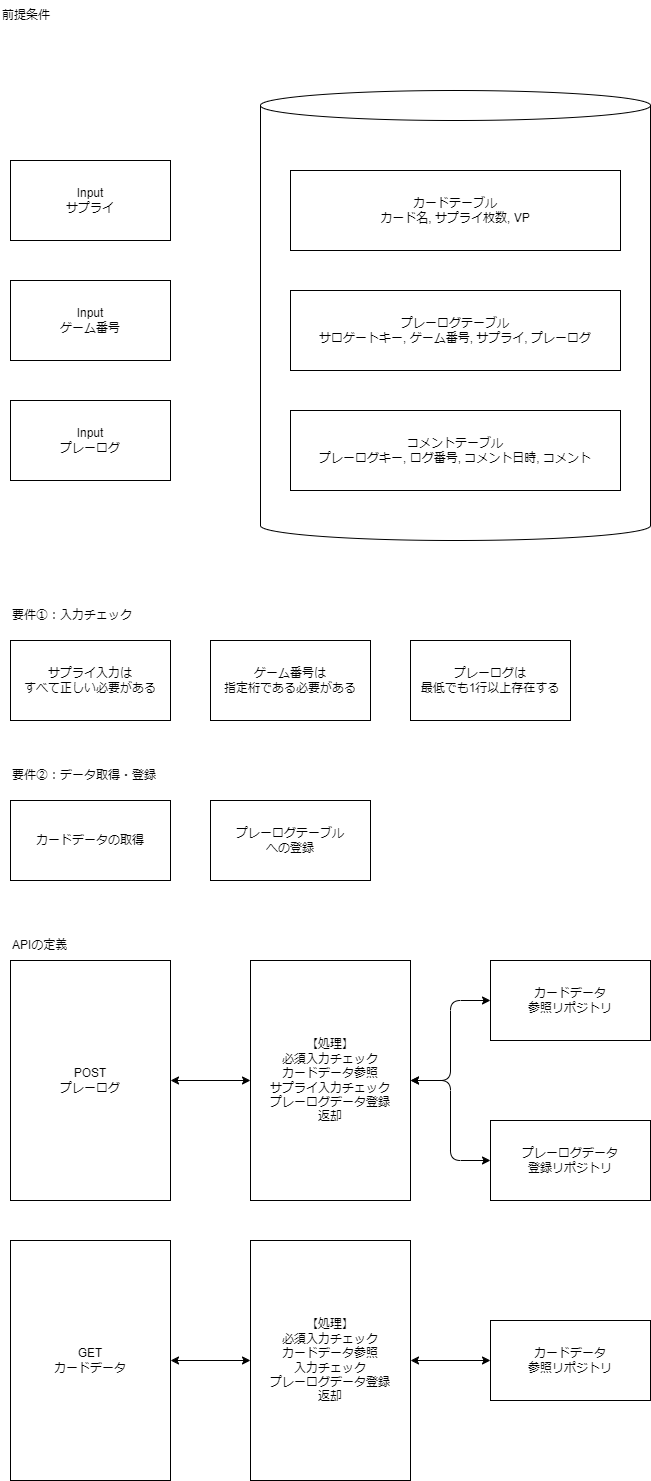
This is doc/サーバ設計書/APIコンセプト設計.drawio.png from ketman55/DominionKifu, a draw.io export, as it was before one commit. Source tidied: cells renumbered, new cells last; positions are measured from the earlier drawing's top-left corner, leaving out a move shared by most shapes. The source it was exported from:
```xml
<mxGraphModel>
  <root>
    <mxCell id="0" />
    <mxCell id="1" parent="0" />
    <mxCell id="2" style="shape=cylinder3;whiteSpace=wrap;html=1;boundedLbl=1;backgroundOutline=1;size=15;" parent="1" vertex="1">
      <mxGeometry x="260" y="90" width="390" height="450" as="geometry" />
    </mxCell>
    <mxCell id="3" value="カードテーブル&lt;br&gt;カード名, サプライ枚数, VP" style="rounded=0;whiteSpace=wrap;html=1;" parent="1" vertex="1">
      <mxGeometry x="290" y="170" width="330" height="80" as="geometry" />
    </mxCell>
    <mxCell id="4" value="プレーログテーブル&lt;br&gt;サロゲートキー, ゲーム番号, サプライ, プレーログ" style="rounded=0;whiteSpace=wrap;html=1;" parent="1" vertex="1">
      <mxGeometry x="290" y="290" width="330" height="80" as="geometry" />
    </mxCell>
    <mxCell id="5" value="コメントテーブル&lt;br&gt;プレーログキー, ログ番号, コメント日時, コメント" style="rounded=0;whiteSpace=wrap;html=1;" parent="1" vertex="1">
      <mxGeometry x="290" y="410" width="330" height="80" as="geometry" />
    </mxCell>
    <mxCell id="6" value="Input&lt;br&gt;サプライ" style="rounded=0;whiteSpace=wrap;html=1;" parent="1" vertex="1">
      <mxGeometry x="10" y="160" width="160" height="80" as="geometry" />
    </mxCell>
    <mxCell id="7" value="Input&lt;br&gt;ゲーム番号" style="rounded=0;whiteSpace=wrap;html=1;" parent="1" vertex="1">
      <mxGeometry x="10" y="280" width="160" height="80" as="geometry" />
    </mxCell>
    <mxCell id="8" value="Input&lt;br&gt;プレーログ" style="rounded=0;whiteSpace=wrap;html=1;" parent="1" vertex="1">
      <mxGeometry x="10" y="400" width="160" height="80" as="geometry" />
    </mxCell>
    <mxCell id="9" value="サプライ入力は&lt;br&gt;すべて正しい必要がある" style="rounded=0;whiteSpace=wrap;html=1;" parent="1" vertex="1">
      <mxGeometry x="10" y="640" width="160" height="80" as="geometry" />
    </mxCell>
    <mxCell id="10" value="ゲーム番号は&lt;br&gt;指定桁である必要がある" style="rounded=0;whiteSpace=wrap;html=1;" parent="1" vertex="1">
      <mxGeometry x="210" y="640" width="160" height="80" as="geometry" />
    </mxCell>
    <mxCell id="11" value="プレーログは&lt;br&gt;最低でも1行以上存在する" style="rounded=0;whiteSpace=wrap;html=1;" parent="1" vertex="1">
      <mxGeometry x="410" y="640" width="160" height="80" as="geometry" />
    </mxCell>
    <mxCell id="12" value="前提条件" style="text;html=1;strokeColor=none;fillColor=none;align=left;verticalAlign=middle;whiteSpace=wrap;rounded=0;" parent="1" vertex="1">
      <mxGeometry width="80" height="30" as="geometry" />
    </mxCell>
    <mxCell id="13" value="要件①：入力チェック" style="text;html=1;strokeColor=none;fillColor=none;align=left;verticalAlign=middle;whiteSpace=wrap;rounded=0;" parent="1" vertex="1">
      <mxGeometry x="10" y="600" width="200" height="30" as="geometry" />
    </mxCell>
    <mxCell id="14" value="要件②：データ取得・登録" style="text;html=1;strokeColor=none;fillColor=none;align=left;verticalAlign=middle;whiteSpace=wrap;rounded=0;" parent="1" vertex="1">
      <mxGeometry x="10" y="760" width="200" height="30" as="geometry" />
    </mxCell>
    <mxCell id="15" value="カードデータの取得" style="rounded=0;whiteSpace=wrap;html=1;" parent="1" vertex="1">
      <mxGeometry x="10" y="800" width="160" height="80" as="geometry" />
    </mxCell>
    <mxCell id="16" value="プレーログテーブル&lt;br&gt;への登録" style="rounded=0;whiteSpace=wrap;html=1;" parent="1" vertex="1">
      <mxGeometry x="210" y="800" width="160" height="80" as="geometry" />
    </mxCell>
    <mxCell id="17" value="APIの定義" style="text;html=1;strokeColor=none;fillColor=none;align=left;verticalAlign=middle;whiteSpace=wrap;rounded=0;" parent="1" vertex="1">
      <mxGeometry x="10" y="930" width="200" height="30" as="geometry" />
    </mxCell>
    <mxCell id="18" style="edgeStyle=orthogonalEdgeStyle;html=1;strokeColor=default;startArrow=classic;startFill=1;" parent="1" edge="1" source="19" target="24">
      <mxGeometry relative="1" as="geometry" />
    </mxCell>
    <mxCell id="19" value="POST&lt;br&gt;プレーログ" style="rounded=0;whiteSpace=wrap;html=1;" parent="1" vertex="1">
      <mxGeometry x="10" y="960" width="160" height="240" as="geometry" />
    </mxCell>
    <mxCell id="20" value="カードデータ&lt;br&gt;参照リポジトリ" style="rounded=0;whiteSpace=wrap;html=1;" parent="1" vertex="1">
      <mxGeometry x="490" y="960" width="160" height="80" as="geometry" />
    </mxCell>
    <mxCell id="21" value="プレーログデータ&lt;br&gt;登録リポジトリ" style="rounded=0;whiteSpace=wrap;html=1;" parent="1" vertex="1">
      <mxGeometry x="490" y="1120" width="160" height="80" as="geometry" />
    </mxCell>
    <mxCell id="22" style="edgeStyle=orthogonalEdgeStyle;html=1;strokeColor=default;startArrow=classic;startFill=1;" parent="1" edge="1" source="24" target="20">
      <mxGeometry relative="1" as="geometry" />
    </mxCell>
    <mxCell id="23" style="edgeStyle=orthogonalEdgeStyle;html=1;strokeColor=default;startArrow=classic;startFill=1;" parent="1" edge="1" source="24" target="21">
      <mxGeometry relative="1" as="geometry">
        <Array as="points">
          <mxPoint x="450" y="1080" />
          <mxPoint x="450" y="1160" />
        </Array>
      </mxGeometry>
    </mxCell>
    <mxCell id="24" value="【処理】&lt;br&gt;必須入力チェック&lt;br&gt;カードデータ参照&lt;br&gt;サプライ入力チェック&lt;br&gt;プレーログデータ登録&lt;br&gt;返却" style="rounded=0;whiteSpace=wrap;html=1;" parent="1" vertex="1">
      <mxGeometry x="250" y="960" width="160" height="240" as="geometry" />
    </mxCell>
    <mxCell id="25" style="edgeStyle=orthogonalEdgeStyle;html=1;entryX=0;entryY=0.5;entryDx=0;entryDy=0;strokeColor=default;startArrow=classic;startFill=1;" parent="1" edge="1" source="26" target="28">
      <mxGeometry relative="1" as="geometry" />
    </mxCell>
    <mxCell id="26" value="GET&lt;br&gt;カードデータ" style="rounded=0;whiteSpace=wrap;html=1;" parent="1" vertex="1">
      <mxGeometry x="10" y="1240" width="160" height="240" as="geometry" />
    </mxCell>
    <mxCell id="27" style="edgeStyle=orthogonalEdgeStyle;html=1;strokeColor=default;startArrow=classic;startFill=1;" parent="1" edge="1" source="28" target="29">
      <mxGeometry relative="1" as="geometry" />
    </mxCell>
    <mxCell id="28" value="【処理】&lt;br&gt;必須入力チェック&lt;br&gt;カードデータ参照&lt;br&gt;入力チェック&lt;br&gt;プレーログデータ登録&lt;br&gt;返却" style="rounded=0;whiteSpace=wrap;html=1;" parent="1" vertex="1">
      <mxGeometry x="250" y="1240" width="160" height="240" as="geometry" />
    </mxCell>
    <mxCell id="29" value="カードデータ&lt;br&gt;参照リポジトリ" style="rounded=0;whiteSpace=wrap;html=1;" parent="1" vertex="1">
      <mxGeometry x="490" y="1320" width="160" height="80" as="geometry" />
    </mxCell>
  </root>
</mxGraphModel>
```
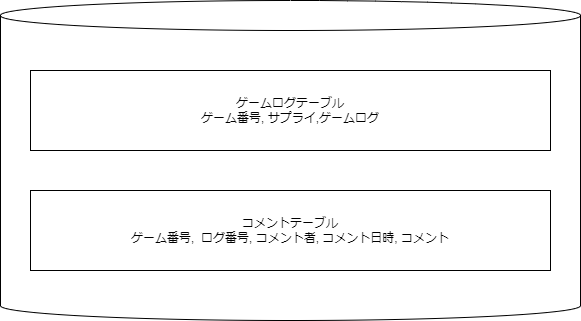
Above is the later version.

Diff of the diagram source:
```diff
@@ -3,93 +3,13 @@
     <mxCell id="0" />
     <mxCell id="1" parent="0" />
     <mxCell id="2" style="shape=cylinder3;whiteSpace=wrap;html=1;boundedLbl=1;backgroundOutline=1;size=15;" parent="1" vertex="1">
-      <mxGeometry x="260" y="90" width="390" height="450" as="geometry" />
+      <mxGeometry x="260" y="220" width="580" height="320" as="geometry" />
     </mxCell>
-    <mxCell id="3" value="カードテーブル&lt;br&gt;カード名, サプライ枚数, VP" style="rounded=0;whiteSpace=wrap;html=1;" parent="1" vertex="1">
-      <mxGeometry x="290" y="170" width="330" height="80" as="geometry" />
-    </mxCell>
-    <mxCell id="4" value="プレーログテーブル&lt;br&gt;サロゲートキー, ゲーム番号, サプライ, プレーログ" style="rounded=0;whiteSpace=wrap;html=1;" parent="1" vertex="1">
-      <mxGeometry x="290" y="290" width="330" height="80" as="geometry" />
+    <mxCell id="4" value="ゲームログテーブル&lt;br&gt;ゲーム番号, サプライ,ゲームログ" style="rounded=0;whiteSpace=wrap;html=1;" parent="1" vertex="1">
+      <mxGeometry x="290" y="290" width="520" height="80" as="geometry" />
     </mxCell>
-    <mxCell id="5" value="コメントテーブル&lt;br&gt;プレーログキー, ログ番号, コメント日時, コメント" style="rounded=0;whiteSpace=wrap;html=1;" parent="1" vertex="1">
-      <mxGeometry x="290" y="410" width="330" height="80" as="geometry" />
+    <mxCell id="5" value="コメントテーブル&lt;br&gt;ゲーム番号,&amp;nbsp; ログ番号, コメント者, コメント日時, コメント" style="rounded=0;whiteSpace=wrap;html=1;" parent="1" vertex="1">
+      <mxGeometry x="290" y="410" width="520" height="80" as="geometry" />
     </mxCell>
-    <mxCell id="6" value="Input&lt;br&gt;サプライ" style="rounded=0;whiteSpace=wrap;html=1;" parent="1" vertex="1">
-      <mxGeometry x="10" y="160" width="160" height="80" as="geometry" />
-    </mxCell>
-    <mxCell id="7" value="Input&lt;br&gt;ゲーム番号" style="rounded=0;whiteSpace=wrap;html=1;" parent="1" vertex="1">
-      <mxGeometry x="10" y="280" width="160" height="80" as="geometry" />
-    </mxCell>
-    <mxCell id="8" value="Input&lt;br&gt;プレーログ" style="rounded=0;whiteSpace=wrap;html=1;" parent="1" vertex="1">
-      <mxGeometry x="10" y="400" width="160" height="80" as="geometry" />
-    </mxCell>
-    <mxCell id="9" value="サプライ入力は&lt;br&gt;すべて正しい必要がある" style="rounded=0;whiteSpace=wrap;html=1;" parent="1" vertex="1">
-      <mxGeometry x="10" y="640" width="160" height="80" as="geometry" />
-    </mxCell>
-    <mxCell id="10" value="ゲーム番号は&lt;br&gt;指定桁である必要がある" style="rounded=0;whiteSpace=wrap;html=1;" parent="1" vertex="1">
-      <mxGeometry x="210" y="640" width="160" height="80" as="geometry" />
-    </mxCell>
-    <mxCell id="11" value="プレーログは&lt;br&gt;最低でも1行以上存在する" style="rounded=0;whiteSpace=wrap;html=1;" parent="1" vertex="1">
-      <mxGeometry x="410" y="640" width="160" height="80" as="geometry" />
-    </mxCell>
-    <mxCell id="12" value="前提条件" style="text;html=1;strokeColor=none;fillColor=none;align=left;verticalAlign=middle;whiteSpace=wrap;rounded=0;" parent="1" vertex="1">
-      <mxGeometry width="80" height="30" as="geometry" />
-    </mxCell>
-    <mxCell id="13" value="要件①：入力チェック" style="text;html=1;strokeColor=none;fillColor=none;align=left;verticalAlign=middle;whiteSpace=wrap;rounded=0;" parent="1" vertex="1">
-      <mxGeometry x="10" y="600" width="200" height="30" as="geometry" />
-    </mxCell>
-    <mxCell id="14" value="要件②：データ取得・登録" style="text;html=1;strokeColor=none;fillColor=none;align=left;verticalAlign=middle;whiteSpace=wrap;rounded=0;" parent="1" vertex="1">
-      <mxGeometry x="10" y="760" width="200" height="30" as="geometry" />
-    </mxCell>
-    <mxCell id="15" value="カードデータの取得" style="rounded=0;whiteSpace=wrap;html=1;" parent="1" vertex="1">
-      <mxGeometry x="10" y="800" width="160" height="80" as="geometry" />
-    </mxCell>
-    <mxCell id="16" value="プレーログテーブル&lt;br&gt;への登録" style="rounded=0;whiteSpace=wrap;html=1;" parent="1" vertex="1">
-      <mxGeometry x="210" y="800" width="160" height="80" as="geometry" />
-    </mxCell>
-    <mxCell id="17" value="APIの定義" style="text;html=1;strokeColor=none;fillColor=none;align=left;verticalAlign=middle;whiteSpace=wrap;rounded=0;" parent="1" vertex="1">
-      <mxGeometry x="10" y="930" width="200" height="30" as="geometry" />
-    </mxCell>
-    <mxCell id="18" style="edgeStyle=orthogonalEdgeStyle;html=1;strokeColor=default;startArrow=classic;startFill=1;" parent="1" edge="1" source="19" target="24">
-      <mxGeometry relative="1" as="geometry" />
-    </mxCell>
-    <mxCell id="19" value="POST&lt;br&gt;プレーログ" style="rounded=0;whiteSpace=wrap;html=1;" parent="1" vertex="1">
-      <mxGeometry x="10" y="960" width="160" height="240" as="geometry" />
-    </mxCell>
-    <mxCell id="20" value="カードデータ&lt;br&gt;参照リポジトリ" style="rounded=0;whiteSpace=wrap;html=1;" parent="1" vertex="1">
-      <mxGeometry x="490" y="960" width="160" height="80" as="geometry" />
-    </mxCell>
-    <mxCell id="21" value="プレーログデータ&lt;br&gt;登録リポジトリ" style="rounded=0;whiteSpace=wrap;html=1;" parent="1" vertex="1">
-      <mxGeometry x="490" y="1120" width="160" height="80" as="geometry" />
-    </mxCell>
-    <mxCell id="22" style="edgeStyle=orthogonalEdgeStyle;html=1;strokeColor=default;startArrow=classic;startFill=1;" parent="1" edge="1" source="24" target="20">
-      <mxGeometry relative="1" as="geometry" />
-    </mxCell>
-    <mxCell id="23" style="edgeStyle=orthogonalEdgeStyle;html=1;strokeColor=default;startArrow=classic;startFill=1;" parent="1" edge="1" source="24" target="21">
-      <mxGeometry relative="1" as="geometry">
-        <Array as="points">
-          <mxPoint x="450" y="1080" />
-          <mxPoint x="450" y="1160" />
-        </Array>
-      </mxGeometry>
-    </mxCell>
-    <mxCell id="24" value="【処理】&lt;br&gt;必須入力チェック&lt;br&gt;カードデータ参照&lt;br&gt;サプライ入力チェック&lt;br&gt;プレーログデータ登録&lt;br&gt;返却" style="rounded=0;whiteSpace=wrap;html=1;" parent="1" vertex="1">
-      <mxGeometry x="250" y="960" width="160" height="240" as="geometry" />
-    </mxCell>
-    <mxCell id="25" style="edgeStyle=orthogonalEdgeStyle;html=1;entryX=0;entryY=0.5;entryDx=0;entryDy=0;strokeColor=default;startArrow=classic;startFill=1;" parent="1" edge="1" source="26" target="28">
-      <mxGeometry relative="1" as="geometry" />
-    </mxCell>
-    <mxCell id="26" value="GET&lt;br&gt;カードデータ" style="rounded=0;whiteSpace=wrap;html=1;" parent="1" vertex="1">
-      <mxGeometry x="10" y="1240" width="160" height="240" as="geometry" />
-    </mxCell>
-    <mxCell id="27" style="edgeStyle=orthogonalEdgeStyle;html=1;strokeColor=default;startArrow=classic;startFill=1;" parent="1" edge="1" source="28" target="29">
-      <mxGeometry relative="1" as="geometry" />
-    </mxCell>
-    <mxCell id="28" value="【処理】&lt;br&gt;必須入力チェック&lt;br&gt;カードデータ参照&lt;br&gt;入力チェック&lt;br&gt;プレーログデータ登録&lt;br&gt;返却" style="rounded=0;whiteSpace=wrap;html=1;" parent="1" vertex="1">
-      <mxGeometry x="250" y="1240" width="160" height="240" as="geometry" />
-    </mxCell>
-    <mxCell id="29" value="カードデータ&lt;br&gt;参照リポジトリ" style="rounded=0;whiteSpace=wrap;html=1;" parent="1" vertex="1">
-      <mxGeometry x="490" y="1320" width="160" height="80" as="geometry" />
-    </mxCell>
   </root>
 </mxGraphModel>
```
